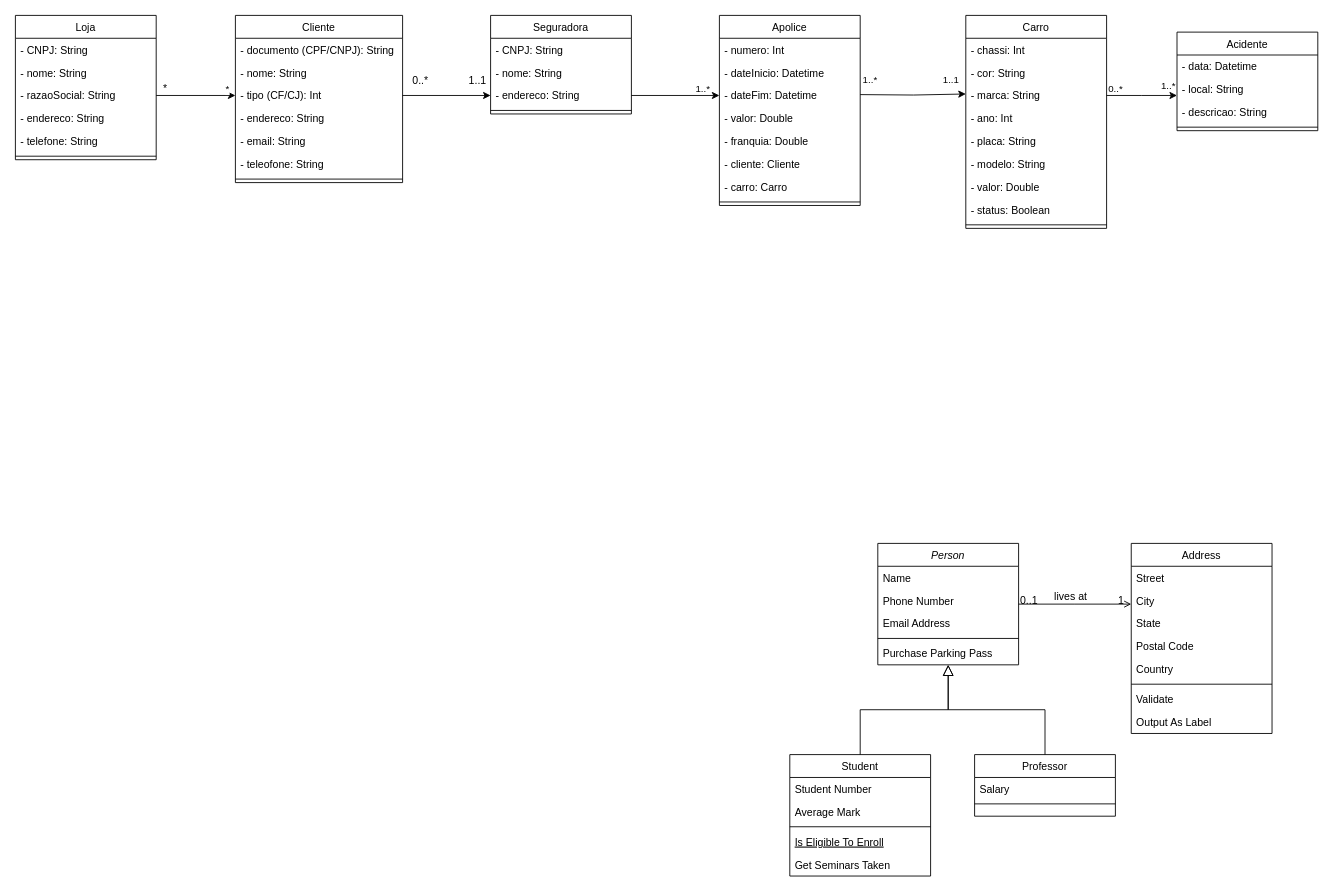
Before: ambiente_dados/ExercicioSeguradora_Classe.drawio in savass33/unifor_4semestre, a draw.io diagram. Source tidied: cells renumbered, new cells numbered last; positions are measured from the earlier drawing's top-left corner, leaving out a move shared by most shapes. Both pictures are drawn from the tidied source at 88%, with x=0, y=0 at pixel (15, 15).
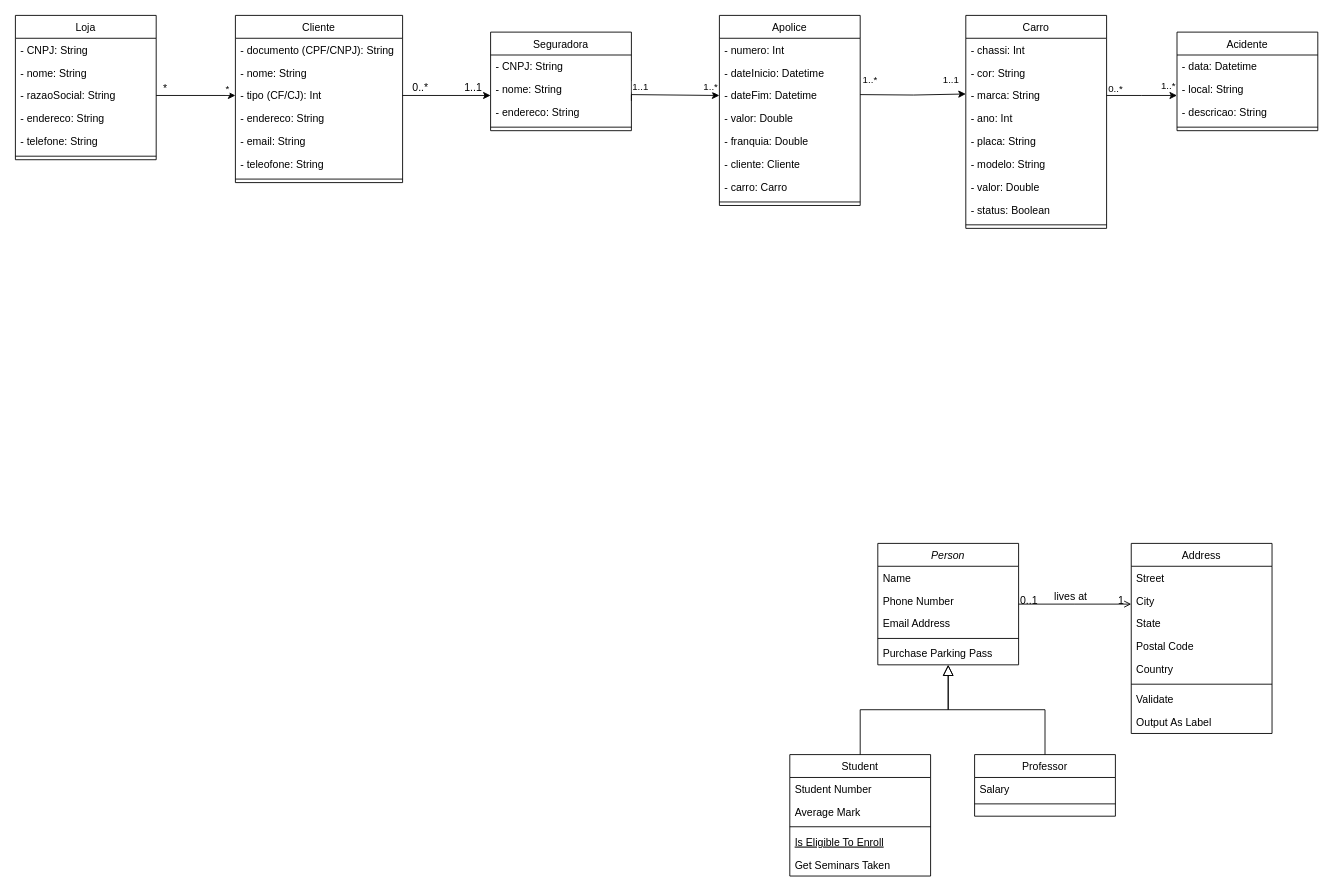
The same page after the edit.

Commit message:
fix: diagrama de atividades

Unchanged cells that the change refers to:
```xml
<mxCell id="53" value="- tipo (CF/CJ): Int" style="text;align=left;verticalAlign=top;spacingLeft=4;spacingRight=4;overflow=hidden;points=[[0,0.5],[1,0.5]];portConstraint=eastwest;rounded=0;shadow=0;html=0;" parent="50" vertex="1">
  <mxGeometry y="78" width="190" height="26" as="geometry" />
</mxCell>
<mxCell id="60" value="- nome: String" style="text;align=left;verticalAlign=top;spacingLeft=4;spacingRight=4;overflow=hidden;points=[[0,0.5],[1,0.5]];portConstraint=eastwest;" parent="58" vertex="1">
  <mxGeometry y="52" width="160" height="26" as="geometry" />
</mxCell>
<mxCell id="61" value="- endereco: String" style="text;align=left;verticalAlign=top;spacingLeft=4;spacingRight=4;overflow=hidden;points=[[0,0.5],[1,0.5]];portConstraint=eastwest;rounded=0;shadow=0;html=0;" parent="58" vertex="1">
  <mxGeometry y="78" width="160" height="26" as="geometry" />
</mxCell>
<mxCell id="66" value="- dateFim: Datetime" style="text;align=left;verticalAlign=top;spacingLeft=4;spacingRight=4;overflow=hidden;points=[[0,0.5],[1,0.5]];portConstraint=eastwest;rounded=0;shadow=0;html=0;" parent="63" vertex="1">
  <mxGeometry y="78" width="160" height="26" as="geometry" />
</mxCell>
```

Change to the diagram source:
```diff
@@
     <mxCell id="58" value="Seguradora" style="swimlane;fontStyle=0;align=center;verticalAlign=top;horizontal=1;startSize=26;rounded=0;shadow=0;strokeWidth=1;" parent="1" vertex="1">
-      <mxGeometry x="540" width="160" height="112" as="geometry" />
+      <mxGeometry x="540" y="19" width="160" height="112" as="geometry" />
     </mxCell>
@@
-    <mxCell id="84" style="edgeStyle=orthogonalEdgeStyle;rounded=0;jettySize=auto;html=1;entryX=0;entryY=0.5;entryDx=0;entryDy=0;" parent="1" edge="1" source="53" target="61">
-      <mxGeometry relative="1" as="geometry" />
-    </mxCell>
     <mxCell id="85" value="1..1" style="text;html=1;align=center;verticalAlign=middle;strokeColor=none;fillColor=none;" parent="1" vertex="1">
-      <mxGeometry x="505" y="60" width="40" height="30" as="geometry" />
+      <mxGeometry x="500" y="67" width="40" height="30" as="geometry" />
     </mxCell>
     <mxCell id="86" value="0..*" style="text;html=1;align=center;verticalAlign=middle;strokeColor=none;fillColor=none;" parent="1" vertex="1">
-      <mxGeometry x="440" y="60" width="40" height="30" as="geometry" />
+      <mxGeometry x="440" y="67" width="40" height="30" as="geometry" />
     </mxCell>
@@
     <mxCell id="88" style="edgeStyle=orthogonalEdgeStyle;rounded=0;jettySize=auto;html=1;entryX=0;entryY=0.5;entryDx=0;entryDy=0;" parent="1" edge="1" source="61" target="66">
-      <mxGeometry relative="1" as="geometry" />
+      <mxGeometry relative="1" as="geometry">
+        <Array as="points">
+          <mxPoint x="700" y="90" />
+          <mxPoint x="800" y="90" />
+        </Array>
+      </mxGeometry>
     </mxCell>
     <mxCell id="89" value="1..*" style="edgeLabel;html=1;align=center;verticalAlign=middle;" parent="88" vertex="1">
       <mxGeometry x="-0.52" relative="1" as="geometry">
-        <mxPoint x="56" y="-9" as="offset" />
+        <mxPoint x="71" y="-10" as="offset" />
       </mxGeometry>
     </mxCell>
+    <mxCell id="90" value="1..1" style="edgeLabel;html=1;align=center;verticalAlign=middle;" parent="88" vertex="1">
+      <mxGeometry x="-0.52" relative="1" as="geometry">
+        <mxPoint x="-9" y="-10" as="offset" />
+      </mxGeometry>
+    </mxCell>
+    <mxCell id="91" style="edgeStyle=orthogonalEdgeStyle;rounded=0;jettySize=auto;html=1;entryX=0;entryY=0.769;entryDx=0;entryDy=0;entryPerimeter=0;" parent="1" edge="1" source="53" target="60">
+      <mxGeometry relative="1" as="geometry" />
+    </mxCell>
```
